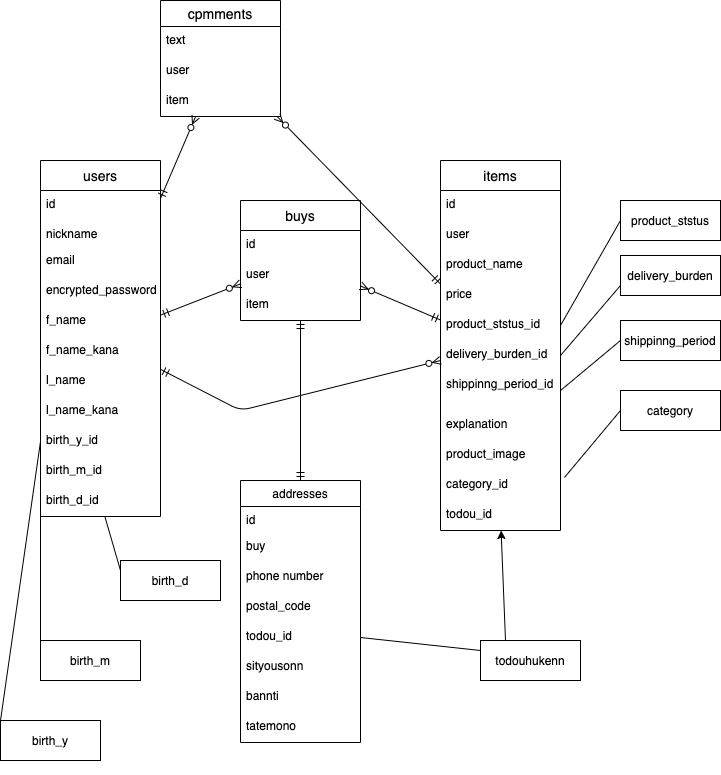
Above: app/views/items/furima.drawio.png in Ta-hiro/furima-31152 (draw.io), before the change. Source tidied: cells renumbered, new cells last; positions are measured from the earlier drawing's top-left corner, leaving out a move shared by most shapes.
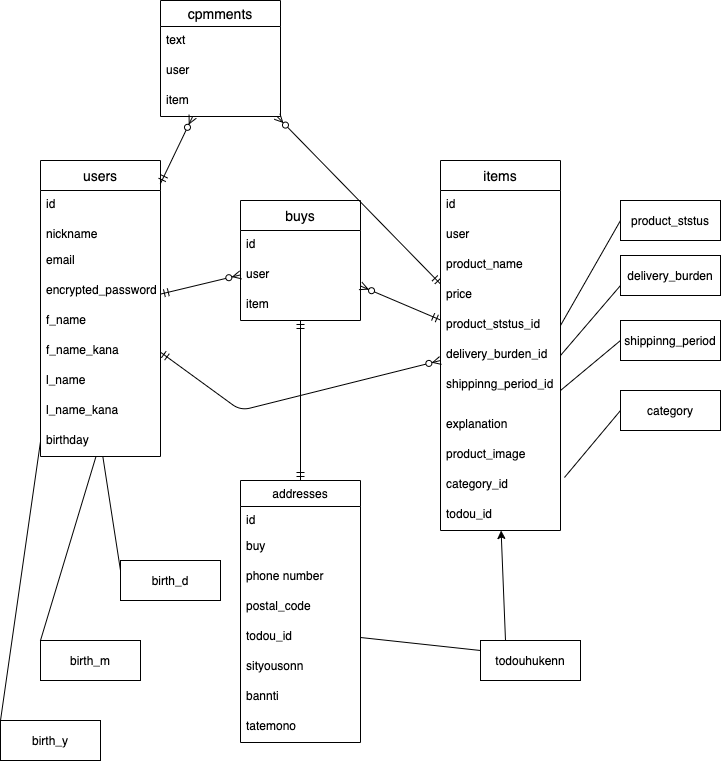
After the commit.

Diff of the diagram source:
```diff
@@ -3,7 +3,7 @@
     <mxCell id="0" />
     <mxCell id="1" parent="0" />
     <mxCell id="2" value="users" style="swimlane;fontStyle=0;horizontal=1;startSize=30;align=center;fontSize=14;" parent="1" vertex="1">
-      <mxGeometry x="40" y="160" width="120" height="356" as="geometry" />
+      <mxGeometry x="40" y="160" width="120" height="296" as="geometry" />
     </mxCell>
     <mxCell id="3" value="id" style="text;strokeColor=none;fillColor=none;spacingLeft=4;spacingRight=4;overflow=hidden;fontSize=12;" parent="2" vertex="1">
       <mxGeometry y="30" width="120" height="30" as="geometry" />
@@ -29,15 +29,9 @@
     <mxCell id="10" value="l_name_kana" style="text;strokeColor=none;fillColor=none;spacingLeft=4;spacingRight=4;overflow=hidden;fontSize=12;" parent="2" vertex="1">
       <mxGeometry y="236" width="120" height="30" as="geometry" />
     </mxCell>
-    <mxCell id="11" value="birth_y_id" style="text;strokeColor=none;fillColor=none;spacingLeft=4;spacingRight=4;overflow=hidden;points=[[0,0.5],[1,0.5]];portConstraint=eastwest;fontSize=12;" parent="2" vertex="1">
+    <mxCell id="11" value="birthday" style="text;strokeColor=none;fillColor=none;spacingLeft=4;spacingRight=4;overflow=hidden;points=[[0,0.5],[1,0.5]];portConstraint=eastwest;fontSize=12;" parent="2" vertex="1">
       <mxGeometry y="266" width="120" height="30" as="geometry" />
     </mxCell>
-    <mxCell id="12" value="birth_m_id" style="text;strokeColor=none;fillColor=none;spacingLeft=4;spacingRight=4;overflow=hidden;points=[[0,0.5],[1,0.5]];portConstraint=eastwest;fontSize=12;" parent="2" vertex="1">
-      <mxGeometry y="296" width="120" height="30" as="geometry" />
-    </mxCell>
-    <mxCell id="13" value="birth_d_id" style="text;strokeColor=none;fillColor=none;spacingLeft=4;spacingRight=4;overflow=hidden;points=[[0,0.5],[1,0.5]];portConstraint=eastwest;fontSize=12;" parent="2" vertex="1">
-      <mxGeometry y="326" width="120" height="30" as="geometry" />
-    </mxCell>
     <mxCell id="14" value="cpmments" style="swimlane;fontStyle=0;horizontal=1;startSize=26;align=center;fontSize=14;" parent="1" vertex="1">
       <mxGeometry x="160" width="120" height="116" as="geometry" />
     </mxCell>
@@ -198,10 +192,10 @@
     <mxCell id="64" style="endArrow=none;html=1;rounded=0;exitX=0;exitY=0;exitDx=0;exitDy=0;entryX=0;entryY=0.5;entryDx=0;entryDy=0;" parent="1" edge="1" source="63" target="11">
       <mxGeometry relative="1" as="geometry" />
     </mxCell>
-    <mxCell id="65" style="endArrow=none;html=1;rounded=0;exitX=0;exitY=0;exitDx=0;exitDy=0;entryX=0;entryY=0.5;entryDx=0;entryDy=0;" parent="1" edge="1" source="62" target="12">
+    <mxCell id="65" style="endArrow=none;html=1;rounded=0;exitX=0;exitY=0;exitDx=0;exitDy=0;" parent="1" edge="1" source="62" target="11">
       <mxGeometry relative="1" as="geometry" />
     </mxCell>
-    <mxCell id="66" style="endArrow=none;html=1;rounded=0;exitX=0;exitY=0.25;exitDx=0;exitDy=0;" parent="1" edge="1" source="61" target="13">
+    <mxCell id="66" style="endArrow=none;html=1;rounded=0;exitX=0;exitY=0.25;exitDx=0;exitDy=0;" parent="1" edge="1" source="61" target="11">
       <mxGeometry relative="1" as="geometry" />
     </mxCell>
   </root>
```
